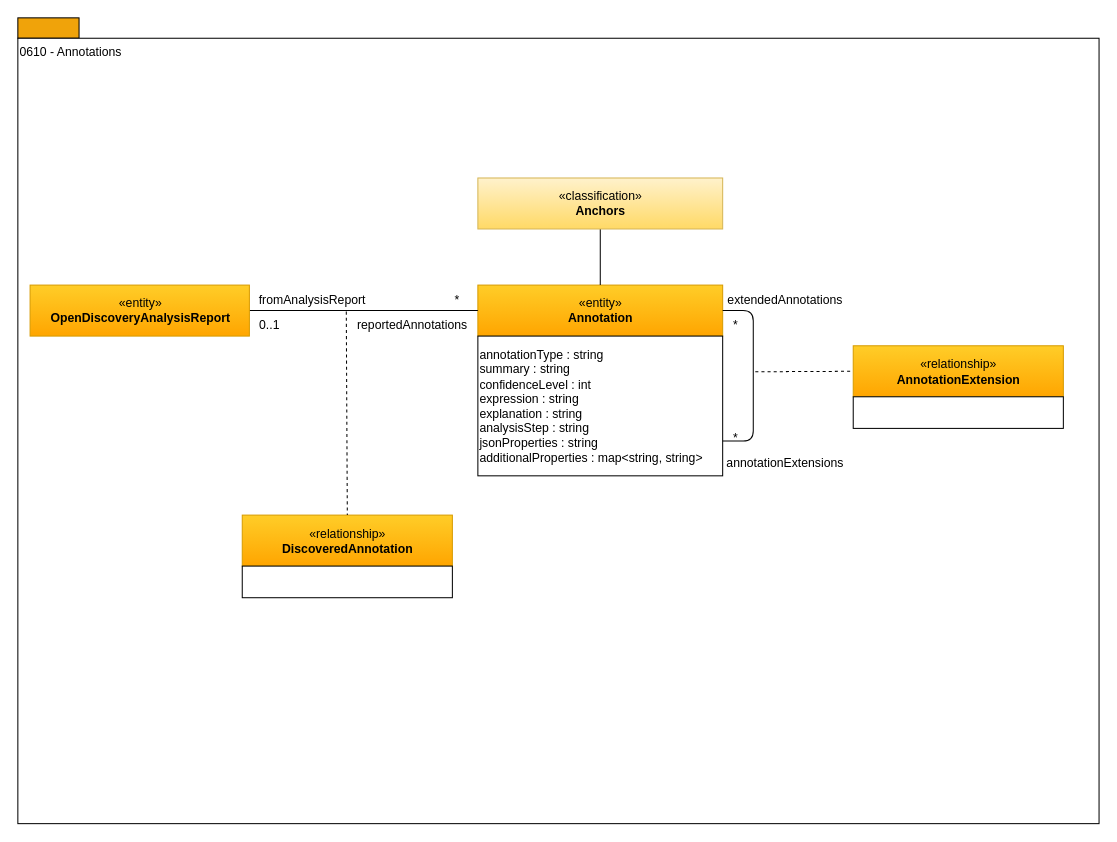
odpi/egeria keeps this draw.io diagram as page "0610-Annotations" (6 of 18) of open-metadata-publication/website/open-metadata-types/area-6-discovery.drawio. Above is the earlier version. Source tidied: cells renumbered, new cells numbered last; positions are measured from the earlier drawing's top-left corner, leaving out a move shared by most shapes. Both pictures are drawn from the tidied source at 102%, with x=0, y=0 at pixel (17, 17).
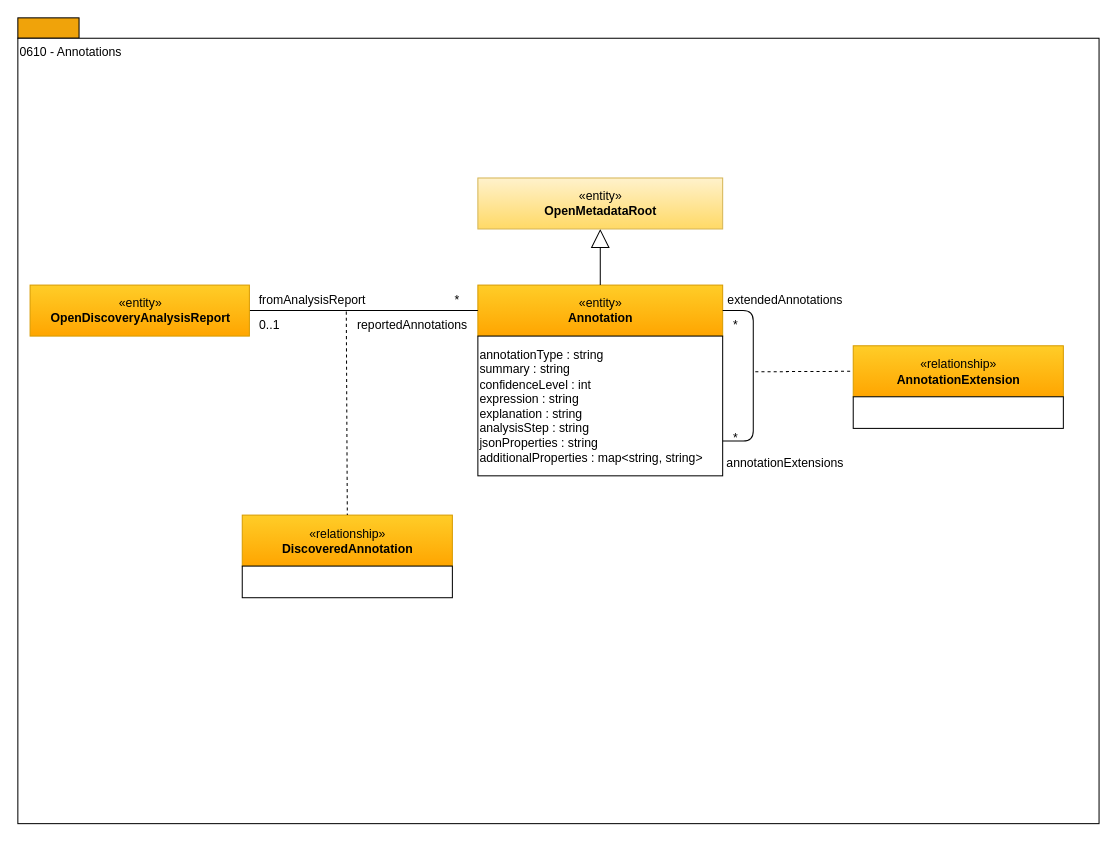
Above is the later version.

Unchanged cells that the change refers to:
```xml
<mxCell id="4" value="«entity»&lt;br&gt;&lt;b&gt;Annotation&lt;/b&gt;" style="html=1;strokeColor=#d79b00;align=center;fillColor=#ffcd28;gradientColor=#ffa500;" parent="1" vertex="1">
  <mxGeometry x="451" y="262" width="240" height="50" as="geometry" />
</mxCell>
```

Diff of the diagram source:
```diff
@@
-    <mxCell id="23" style="edgeStyle=orthogonalEdgeStyle;rounded=0;jettySize=auto;html=1;endArrow=none;endFill=0;" parent="1" edge="1" source="4" target="24">
+    <mxCell id="23" style="edgeStyle=orthogonalEdgeStyle;rounded=0;jettySize=auto;html=1;endArrow=block;endFill=0;endSize=16;" parent="1" edge="1" source="4" target="24">
       <mxGeometry relative="1" as="geometry" />
     </mxCell>
-    <mxCell id="24" value="«classification»&lt;br&gt;&lt;b&gt;Anchors&lt;/b&gt;" style="html=1;strokeColor=#d6b656;align=center;fillColor=#fff2cc;gradientColor=#ffd966;" parent="1" vertex="1">
+    <mxCell id="24" value="«entity»&lt;br&gt;&lt;b&gt;OpenMetadataRoot&lt;/b&gt;" style="html=1;strokeColor=#d6b656;align=center;fillColor=#fff2cc;gradientColor=#ffd966;" parent="1" vertex="1">
       <mxGeometry x="451" y="157" width="240" height="50" as="geometry" />
     </mxCell>
```
